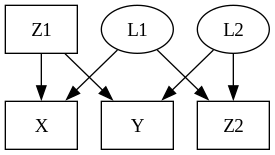
This is examples/images/sim_study_dag.png from Ykabrit/PAGviz, a Graphviz export, as it was before one commit. Its source is kept beside it as examples/dot_files/sim_study_dag.dot. Source of this version:
```dot
digraph "sim_study_dag.txt" {
bgcolor=OldLace;
L1 [shape=ellipse];
X [shape=box];
L1 -> X [dir=forward, arrowtail=none, arrowhead=normal, style="", penwidth=1, color=black];
L1 [shape=ellipse];
Z2 [shape=box];
L1 -> Z2 [dir=forward, arrowtail=none, arrowhead=normal, style="", penwidth=1, color=black];
L2 [shape=ellipse];
Y [shape=box];
L2 -> Y [dir=forward, arrowtail=none, arrowhead=normal, style="", penwidth=1, color=black];
L2 [shape=ellipse];
Z2 [shape=box];
L2 -> Z2 [dir=forward, arrowtail=none, arrowhead=normal, style="", penwidth=1, color=black];
Z1 [shape=box];
X [shape=box];
Z1 -> X [dir=forward, arrowtail=none, arrowhead=normal, style="", penwidth=1, color=black];
Z1 [shape=box];
Y [shape=box];
Z1 -> Y [dir=forward, arrowtail=none, arrowhead=normal, style="", penwidth=1, color=black];
}
```
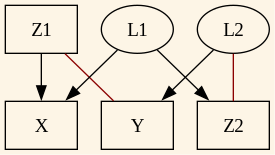
The same diagram one commit later.

What changed in the source:
```diff
@@ -1,21 +1,15 @@
 digraph "sim_study_dag.txt" {
 bgcolor=OldLace;
-L1 [shape=ellipse];
 X [shape=box];
-L1 -> X [dir=forward, arrowtail=none, arrowhead=normal, style="", penwidth=1, color=black];
-L1 [shape=ellipse];
-Z2 [shape=box];
-L1 -> Z2 [dir=forward, arrowtail=none, arrowhead=normal, style="", penwidth=1, color=black];
-L2 [shape=ellipse];
-Y [shape=box];
-L2 -> Y [dir=forward, arrowtail=none, arrowhead=normal, style="", penwidth=1, color=black];
-L2 [shape=ellipse];
-Z2 [shape=box];
-L2 -> Z2 [dir=forward, arrowtail=none, arrowhead=normal, style="", penwidth=1, color=black];
-Z1 [shape=box];
-X [shape=box];
-Z1 -> X [dir=forward, arrowtail=none, arrowhead=normal, style="", penwidth=1, color=black];
 Z1 [shape=box];
 Y [shape=box];
-Z1 -> Y [dir=forward, arrowtail=none, arrowhead=normal, style="", penwidth=1, color=black];
+Z2 [shape=box];
+L1 [shape=ellipse];
+L2 [shape=ellipse];
+L1 -> X [dir=forward, arrowtail=none, arrowhead=normal, style="", penwidth=1, color=black];
+L1 -> Z2 [dir=forward, arrowtail=none, arrowhead=normal, style="", penwidth=1, color=black];
+L2 -> Y [dir=forward, arrowtail=none, arrowhead=normal, style="", penwidth=1, color=black];
+L2 -> Z2 [dir=both, arrowtail=none, arrowhead=none, style="", penwidth=1, color=darkred];
+Z1 -> X [dir=forward, arrowtail=none, arrowhead=normal, style="", penwidth=1, color=black];
+Z1 -> Y [dir=both, arrowtail=none, arrowhead=none, style="", penwidth=1, color=darkred];
 }
```
